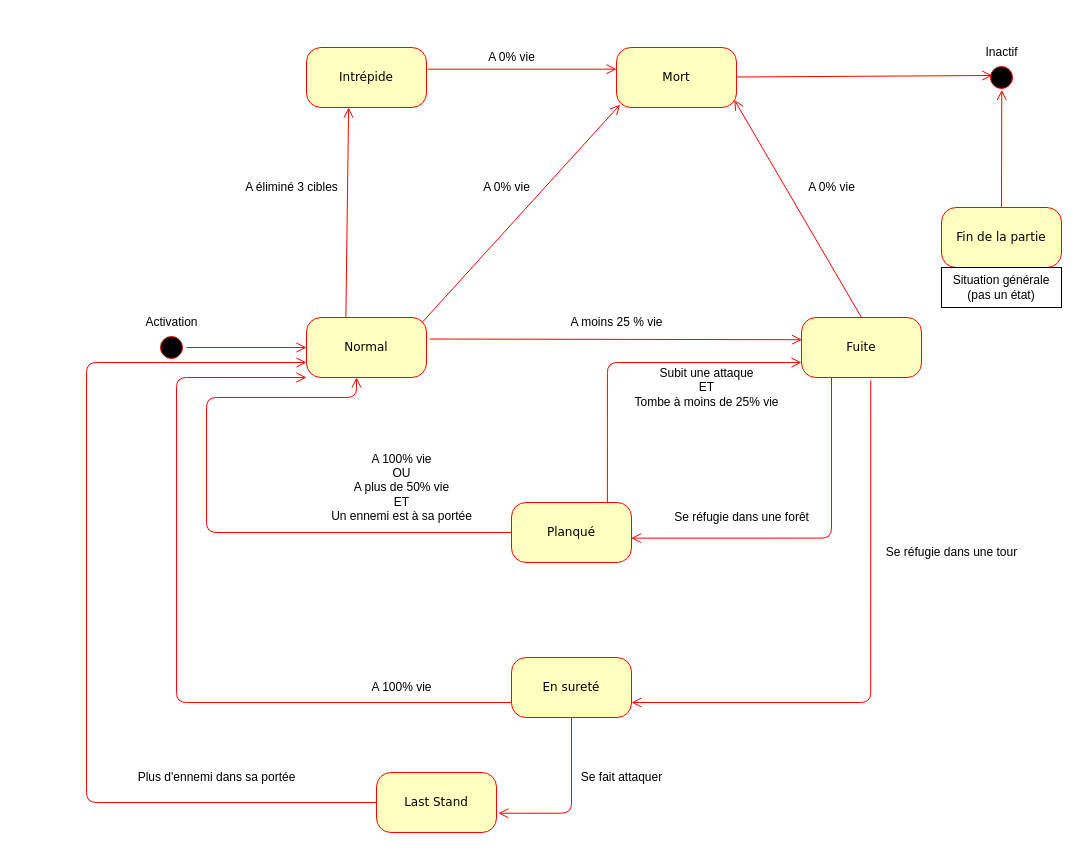
The draw.io diagram TP2_State_Machine_UML.drawio in Gabriel-Baril/W51-TP2-Gab, before the edit. Source tidied: cells renumbered, new cells numbered last; positions are measured from the earlier drawing's top-left corner, leaving out a move shared by most shapes. Both pictures are drawn from the tidied source at 100%, with x=0, y=0 at pixel (86, 42).
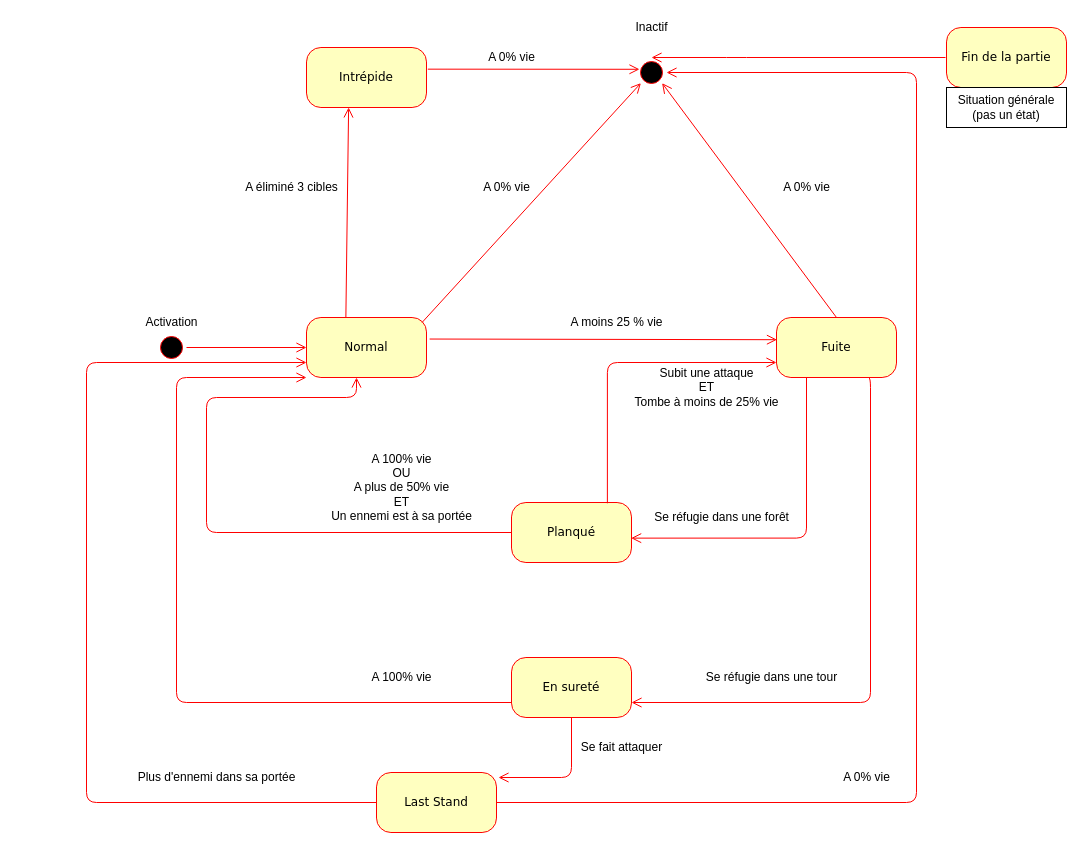
The same diagram, later.

The change refers to these unchanged cells:
```xml
<mxCell id="3" value="Intrépide" style="rounded=1;whiteSpace=wrap;html=1;arcSize=24;fillColor=#ffffc0;strokeColor=#ff0000;shadow=0;comic=0;labelBackgroundColor=none;fontFamily=Verdana;fontSize=12;fontColor=#000000;align=center;" parent="1" vertex="1">
  <mxGeometry x="220" y="5" width="120" height="60" as="geometry" />
</mxCell>
<mxCell id="4" value="Normal" style="rounded=1;whiteSpace=wrap;html=1;arcSize=24;fillColor=#ffffc0;strokeColor=#ff0000;shadow=0;comic=0;labelBackgroundColor=none;fontFamily=Verdana;fontSize=12;fontColor=#000000;align=center;" parent="1" vertex="1">
  <mxGeometry x="220" y="275" width="120" height="60" as="geometry" />
</mxCell>
<mxCell id="6" value="En sureté" style="rounded=1;whiteSpace=wrap;html=1;arcSize=24;fillColor=#ffffc0;strokeColor=#ff0000;shadow=0;comic=0;labelBackgroundColor=none;fontFamily=Verdana;fontSize=12;fontColor=#000000;align=center;" parent="1" vertex="1">
  <mxGeometry x="425" y="615" width="120" height="60" as="geometry" />
</mxCell>
<mxCell id="9" value="Last Stand" style="rounded=1;whiteSpace=wrap;html=1;arcSize=24;fillColor=#ffffc0;strokeColor=#ff0000;shadow=0;comic=0;labelBackgroundColor=none;fontFamily=Verdana;fontSize=12;fontColor=#000000;align=center;" parent="1" vertex="1">
  <mxGeometry x="290" y="730" width="120" height="60" as="geometry" />
</mxCell>
```

Diff of the diagram source:
```diff
@@
     <mxCell id="7" value="Fuite" style="rounded=1;whiteSpace=wrap;html=1;arcSize=24;fillColor=#ffffc0;strokeColor=#ff0000;shadow=0;comic=0;labelBackgroundColor=none;fontFamily=Verdana;fontSize=12;fontColor=#000000;align=center;" parent="1" vertex="1">
-      <mxGeometry x="715" y="275" width="120" height="60" as="geometry" />
+      <mxGeometry x="690" y="275" width="120" height="60" as="geometry" />
     </mxCell>
@@
-    <mxCell id="10" value="Mort" style="rounded=1;whiteSpace=wrap;html=1;arcSize=24;fillColor=#ffffc0;strokeColor=#ff0000;shadow=0;comic=0;labelBackgroundColor=none;fontFamily=Verdana;fontSize=12;fontColor=#000000;align=center;" parent="1" vertex="1">
-      <mxGeometry x="530" y="5" width="120" height="60" as="geometry" />
-    </mxCell>
-    <mxCell id="11" style="html=1;labelBackgroundColor=none;endArrow=open;endSize=8;strokeColor=#ff0000;fontFamily=Verdana;fontSize=12;align=left;entryX=0.03;entryY=0.952;entryDx=0;entryDy=0;entryPerimeter=0;exitX=0.963;exitY=0.083;exitDx=0;exitDy=0;exitPerimeter=0;" parent="1" edge="1" source="4" target="10">
+    <mxCell id="11" style="html=1;labelBackgroundColor=none;endArrow=open;endSize=8;strokeColor=#ff0000;fontFamily=Verdana;fontSize=12;align=left;entryX=1;entryY=1;entryDx=0;entryDy=0;exitX=0.963;exitY=0.083;exitDx=0;exitDy=0;exitPerimeter=0;" parent="1" edge="1" source="4" target="21">
       <mxGeometry relative="1" as="geometry" />
     </mxCell>
@@
-    <mxCell id="13" style="edgeStyle=orthogonalEdgeStyle;html=1;labelBackgroundColor=none;endArrow=open;endSize=8;strokeColor=#ff0000;fontFamily=Verdana;fontSize=12;align=left;exitX=0.577;exitY=1.052;exitDx=0;exitDy=0;entryX=1;entryY=0.75;entryDx=0;entryDy=0;exitPerimeter=0;" parent="1" edge="1" source="7" target="6">
+    <mxCell id="13" style="edgeStyle=orthogonalEdgeStyle;html=1;labelBackgroundColor=none;endArrow=open;endSize=8;strokeColor=#ff0000;fontFamily=Verdana;fontSize=12;align=left;exitX=0.75;exitY=1;exitDx=0;exitDy=0;entryX=1;entryY=0.75;entryDx=0;entryDy=0;" parent="1" edge="1" source="7" target="6">
       <mxGeometry relative="1" as="geometry">
         <Array as="points">
+          <mxPoint x="784" y="335" />
           <mxPoint x="784" y="660" />
         </Array>
       </mxGeometry>
     </mxCell>
@@
     <mxCell id="19" value="Se réfugie dans une forêt" style="text;html=1;align=center;verticalAlign=middle;strokeColor=none;fillColor=none;" parent="1" vertex="1">
-      <mxGeometry x="580" y="465" width="150" height="20" as="geometry" />
+      <mxGeometry x="560" y="465" width="150" height="20" as="geometry" />
     </mxCell>
     <mxCell id="20" value="Se réfugie dans une tour" style="text;html=1;align=center;verticalAlign=middle;strokeColor=none;fillColor=none;" parent="1" vertex="1">
-      <mxGeometry x="790" y="500" width="150" height="20" as="geometry" />
+      <mxGeometry x="610" y="625" width="150" height="20" as="geometry" />
     </mxCell>
     <mxCell id="21" style="ellipse;html=1;shape=startState;fillColor=#000000;strokeColor=#ff0000;rounded=1;shadow=0;comic=0;labelBackgroundColor=none;fontFamily=Verdana;fontSize=12;fontColor=#000000;align=center;direction=south;" parent="1" vertex="1">
-      <mxGeometry x="900" y="20" width="30" height="30" as="geometry" />
+      <mxGeometry x="550" y="15" width="30" height="30" as="geometry" />
     </mxCell>
-    <mxCell id="22" style="html=1;labelBackgroundColor=none;endArrow=open;endSize=8;strokeColor=#ff0000;fontFamily=Verdana;fontSize=12;align=left;entryX=0.433;entryY=0.805;entryDx=0;entryDy=0;entryPerimeter=0;" parent="1" edge="1" target="21">
-      <mxGeometry relative="1" as="geometry">
-        <mxPoint x="650" y="34.5" as="sourcePoint" />
-      </mxGeometry>
-    </mxCell>
     <mxCell id="23" value="Fin de la partie" style="rounded=1;whiteSpace=wrap;html=1;arcSize=24;fillColor=#ffffc0;strokeColor=#ff0000;shadow=0;comic=0;labelBackgroundColor=none;fontFamily=Verdana;fontSize=12;fontColor=#000000;align=center;" parent="1" vertex="1">
-      <mxGeometry x="855" y="165" width="120" height="60" as="geometry" />
+      <mxGeometry x="860" y="-15" width="120" height="60" as="geometry" />
     </mxCell>
-    <mxCell id="24" style="html=1;labelBackgroundColor=none;endArrow=open;endSize=8;strokeColor=#ff0000;fontFamily=Verdana;fontSize=12;align=left;entryX=0.915;entryY=0.491;entryDx=0;entryDy=0;exitX=0.5;exitY=0;exitDx=0;exitDy=0;entryPerimeter=0;" parent="1" edge="1" source="23" target="21">
-      <mxGeometry relative="1" as="geometry" />
+    <mxCell id="24" style="html=1;labelBackgroundColor=none;endArrow=open;endSize=8;strokeColor=#ff0000;fontFamily=Verdana;fontSize=12;align=left;edgeStyle=orthogonalEdgeStyle;" parent="1" edge="1" target="21">
+      <mxGeometry relative="1" as="geometry">
+        <mxPoint x="859" y="15" as="sourcePoint" />
+        <Array as="points">
+          <mxPoint x="650" y="15" />
+          <mxPoint x="650" y="15" />
+        </Array>
+      </mxGeometry>
     </mxCell>
     <mxCell id="25" value="Situation générale (pas un état)" style="whiteSpace=wrap;html=1;" parent="1" vertex="1">
-      <mxGeometry x="855" y="225" width="120" height="40" as="geometry" />
+      <mxGeometry x="860" y="45" width="120" height="40" as="geometry" />
     </mxCell>
@@
     <mxCell id="27" value="&lt;div&gt;A 100% vie&lt;/div&gt;" style="text;html=1;align=center;verticalAlign=middle;strokeColor=none;fillColor=none;" parent="1" vertex="1">
-      <mxGeometry x="275" y="635" width="80" height="20" as="geometry" />
+      <mxGeometry x="275" y="625" width="80" height="20" as="geometry" />
     </mxCell>
     <mxCell id="28" value="Inactif" style="text;html=1;align=center;verticalAlign=middle;strokeColor=none;fillColor=none;" parent="1" vertex="1">
-      <mxGeometry x="890" width="50" height="20" as="geometry" />
+      <mxGeometry x="540" y="-25" width="50" height="20" as="geometry" />
     </mxCell>
@@
-    <mxCell id="32" style="html=1;labelBackgroundColor=none;endArrow=open;endSize=8;strokeColor=#ff0000;fontFamily=Verdana;fontSize=12;align=left;entryX=0;entryY=0.361;entryDx=0;entryDy=0;exitX=1.011;exitY=0.361;exitDx=0;exitDy=0;entryPerimeter=0;exitPerimeter=0;" parent="1" edge="1" source="3" target="10">
+    <mxCell id="32" style="html=1;labelBackgroundColor=none;endArrow=open;endSize=8;strokeColor=#ff0000;fontFamily=Verdana;fontSize=12;align=left;entryX=0.393;entryY=0.9;entryDx=0;entryDy=0;exitX=1.011;exitY=0.361;exitDx=0;exitDy=0;entryPerimeter=0;exitPerimeter=0;" parent="1" edge="1" source="3" target="21">
       <mxGeometry relative="1" as="geometry" />
     </mxCell>
@@
-    <mxCell id="37" style="html=1;labelBackgroundColor=none;endArrow=open;endSize=8;strokeColor=#ff0000;fontFamily=Verdana;fontSize=12;align=left;entryX=0.982;entryY=0.873;entryDx=0;entryDy=0;exitX=0.5;exitY=0;exitDx=0;exitDy=0;entryPerimeter=0;" parent="1" edge="1" source="7" target="10">
+    <mxCell id="37" style="html=1;labelBackgroundColor=none;endArrow=open;endSize=8;strokeColor=#ff0000;fontFamily=Verdana;fontSize=12;align=left;entryX=1;entryY=0;entryDx=0;entryDy=0;exitX=0.5;exitY=0;exitDx=0;exitDy=0;" parent="1" edge="1" source="7" target="21">
       <mxGeometry relative="1" as="geometry" />
     </mxCell>
     <mxCell id="38" value="A 0% vie" style="text;html=1;align=center;verticalAlign=middle;strokeColor=none;fillColor=none;rotation=0;" parent="1" vertex="1">
-      <mxGeometry x="715" y="135" width="60" height="20" as="geometry" />
+      <mxGeometry x="690" y="135" width="60" height="20" as="geometry" />
     </mxCell>
-    <mxCell id="39" style="edgeStyle=orthogonalEdgeStyle;html=1;labelBackgroundColor=none;endArrow=open;endSize=8;strokeColor=#ff0000;fontFamily=Verdana;fontSize=12;align=left;exitX=0.5;exitY=1;exitDx=0;exitDy=0;entryX=1.015;entryY=0.679;entryDx=0;entryDy=0;entryPerimeter=0;" parent="1" edge="1" source="6" target="9">
+    <mxCell id="39" style="edgeStyle=orthogonalEdgeStyle;html=1;labelBackgroundColor=none;endArrow=open;endSize=8;strokeColor=#ff0000;fontFamily=Verdana;fontSize=12;align=left;exitX=0.5;exitY=1;exitDx=0;exitDy=0;" parent="1" edge="1" source="6">
       <mxGeometry relative="1" as="geometry">
+        <mxPoint x="412" y="735" as="targetPoint" />
         <Array as="points">
-          <mxPoint x="485" y="771" />
+          <mxPoint x="485" y="735" />
+          <mxPoint x="412" y="735" />
         </Array>
       </mxGeometry>
     </mxCell>
     <mxCell id="40" value="Se fait attaquer" style="text;html=1;align=center;verticalAlign=middle;strokeColor=none;fillColor=none;" parent="1" vertex="1">
-      <mxGeometry x="485" y="725" width="100" height="20" as="geometry" />
+      <mxGeometry x="485" y="695" width="100" height="20" as="geometry" />
     </mxCell>
@@
+    <mxCell id="43" style="edgeStyle=orthogonalEdgeStyle;html=1;labelBackgroundColor=none;endArrow=open;endSize=8;strokeColor=#ff0000;fontFamily=Verdana;fontSize=12;align=left;exitX=1;exitY=0.5;exitDx=0;exitDy=0;entryX=0.5;entryY=0;entryDx=0;entryDy=0;" parent="1" edge="1" source="9" target="21">
+      <mxGeometry relative="1" as="geometry">
+        <Array as="points">
+          <mxPoint x="830" y="760" />
+          <mxPoint x="830" y="30" />
+        </Array>
+      </mxGeometry>
+    </mxCell>
+    <mxCell id="44" value="A 0% vie" style="text;html=1;align=center;verticalAlign=middle;strokeColor=none;fillColor=none;rotation=0;" parent="1" vertex="1">
+      <mxGeometry x="750" y="725" width="60" height="20" as="geometry" />
+    </mxCell>
```
